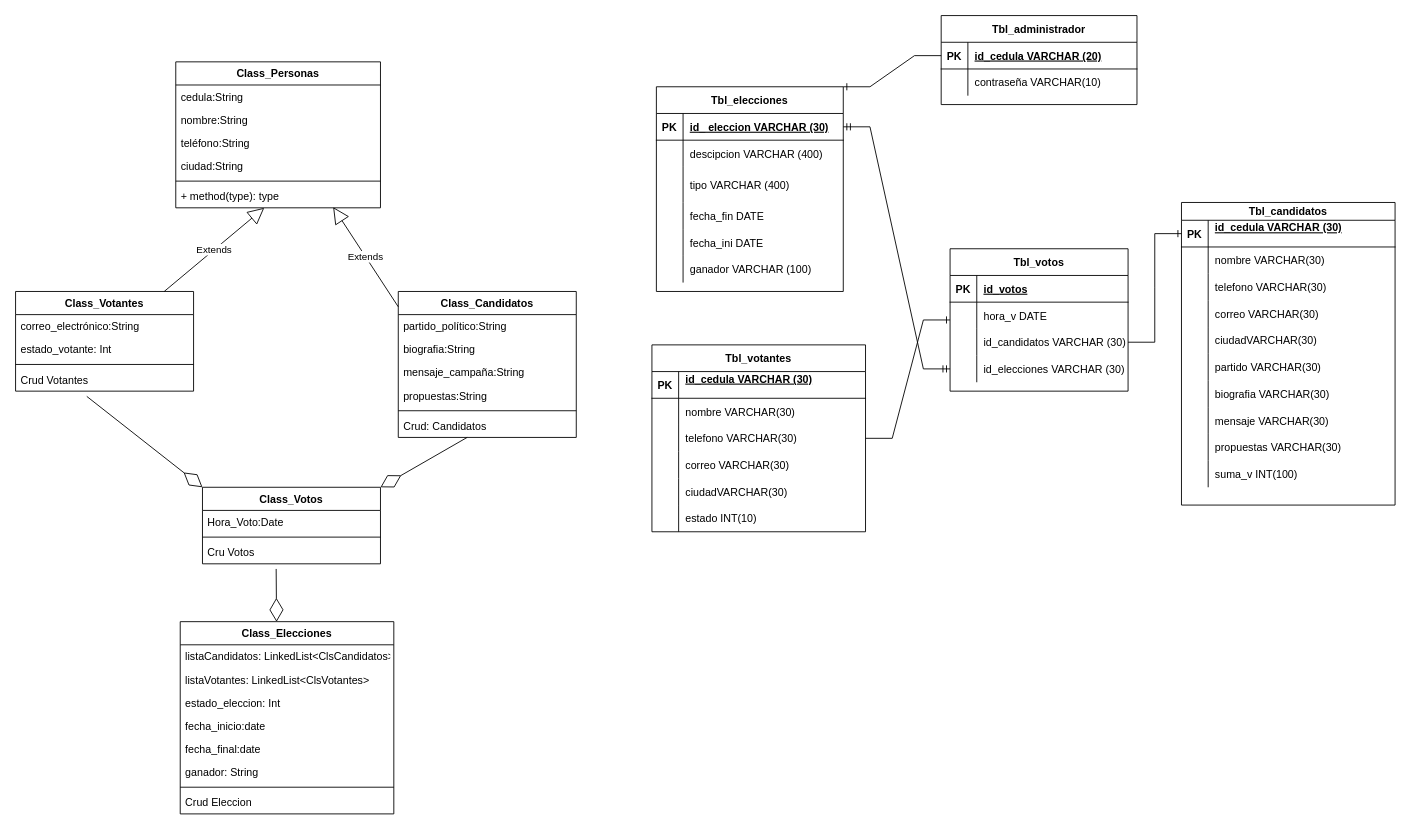
Earlier version of the draw.io diagram elecciones.drawio (alvaroarquez/mintic). Source tidied: cells renumbered, new cells numbered last; positions are measured from the earlier drawing's top-left corner, leaving out a move shared by most shapes. Both pictures are drawn from the tidied source at 89%, with x=0, y=0 at pixel (15, 15).
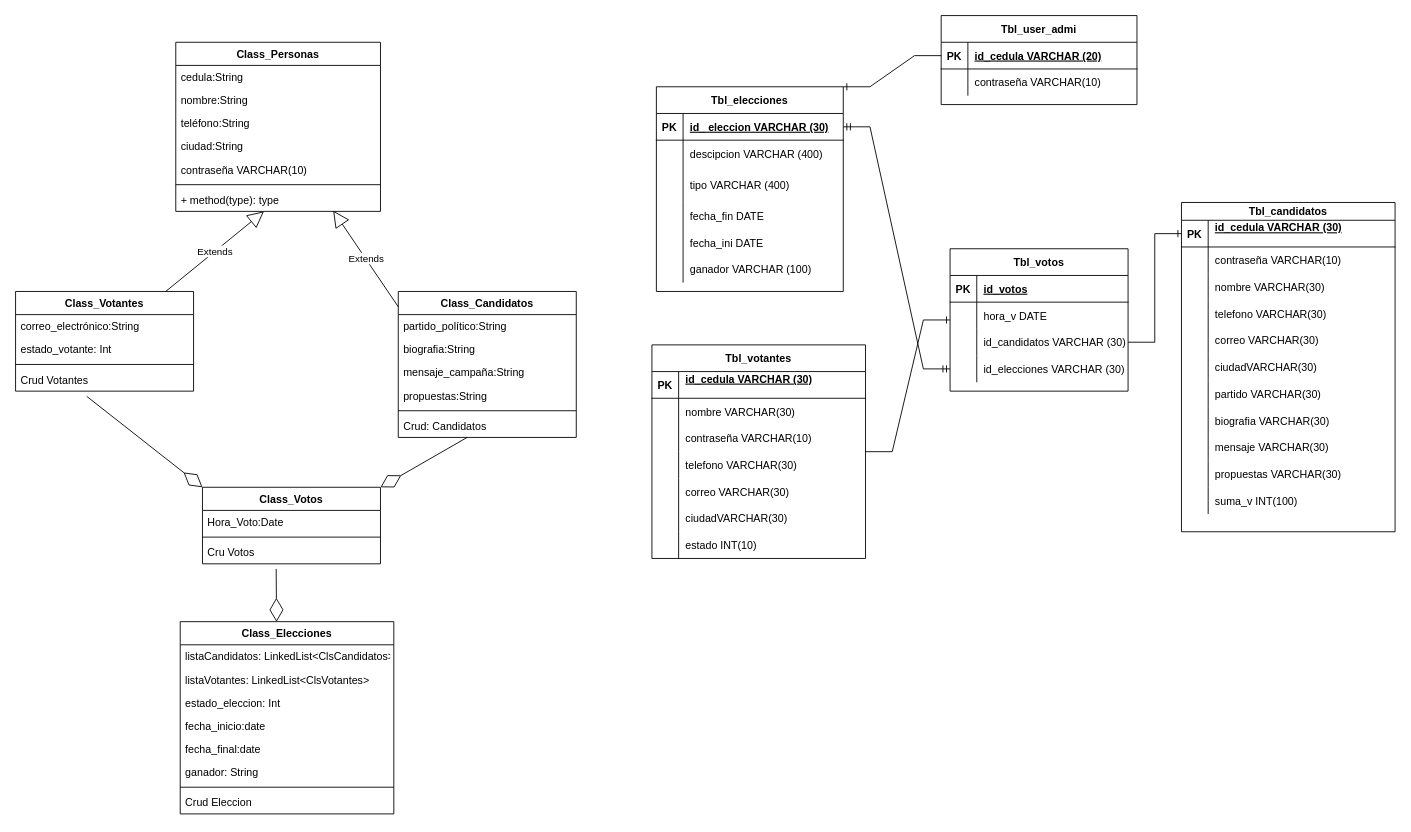
The same diagram, later.

Unchanged cells that the change refers to:
```xml
<mxCell id="62" style="shape=tableRow;horizontal=0;startSize=0;swimlaneHead=0;swimlaneBody=0;fillColor=none;top=0;left=0;right=0;bottom=0;" parent="58" vertex="1">
  <mxGeometry y="50" width="240" height="30" as="geometry" />
</mxCell>
<mxCell id="109" style="shape=tableRow;horizontal=0;startSize=0;swimlaneHead=0;swimlaneBody=0;fillColor=none;top=0;left=0;right=0;bottom=0;" parent="102" vertex="1">
  <mxGeometry y="90" width="240" height="30" as="geometry" />
</mxCell>
```

Change to the diagram source:
```diff
@@
     <mxCell id="2" value="Class_Personas" style="swimlane;fontStyle=1;align=center;verticalAlign=top;horizontal=1;startSize=26;" parent="1" vertex="1">
-      <mxGeometry x="180" y="52" width="230" height="164" as="geometry" />
+      <mxGeometry x="180" y="30" width="230" height="190" as="geometry" />
     </mxCell>
@@
+    <mxCell id="132" value="contraseña VARCHAR(10)" style="text;strokeColor=none;fillColor=none;align=left;verticalAlign=top;spacingLeft=4;spacingRight=4;overflow=hidden;" parent="2" vertex="1">
+      <mxGeometry y="130" width="230" height="26" as="geometry" />
+    </mxCell>
     <mxCell id="7" style="line;strokeWidth=1;fillColor=none;align=left;verticalAlign=middle;spacingTop=-1;spacingLeft=3;spacingRight=3;labelPosition=right;" parent="2" vertex="1">
-      <mxGeometry y="130" width="230" height="8" as="geometry" />
+      <mxGeometry y="156" width="230" height="8" as="geometry" />
     </mxCell>
     <mxCell id="8" value="+ method(type): type" style="text;strokeColor=none;fillColor=none;align=left;verticalAlign=top;spacingLeft=4;spacingRight=4;overflow=hidden;points=[[0,0.5],[1,0.5]];portConstraint=eastwest;" parent="2" vertex="1">
-      <mxGeometry y="138" width="230" height="26" as="geometry" />
+      <mxGeometry y="164" width="230" height="26" as="geometry" />
     </mxCell>
@@
     <mxCell id="58" value="Tbl_candidatos" style="shape=table;startSize=20;childLayout=tableLayout;rowLines=0;fontStyle=1;align=center;" parent="1" vertex="1">
-      <mxGeometry x="1310" y="210" width="240" height="340" as="geometry" />
+      <mxGeometry x="1310" y="210" width="240" height="370" as="geometry" />
     </mxCell>
@@
-    <mxCell id="64" value="nombre VARCHAR(30)" style="shape=partialRectangle;fillColor=none;top=0;left=0;bottom=0;right=0;align=left;spacingLeft=6;overflow=hidden;" parent="62" vertex="1">
+    <mxCell id="64" value="contraseña VARCHAR(10)" style="shape=partialRectangle;fillColor=none;top=0;left=0;bottom=0;right=0;align=left;spacingLeft=6;overflow=hidden;" parent="62" vertex="1">
       <mxGeometry x="30" width="210" height="30" as="geometry" />
     </mxCell>
+    <mxCell id="133" style="shape=tableRow;horizontal=0;startSize=0;swimlaneHead=0;swimlaneBody=0;fillColor=none;top=0;left=0;right=0;bottom=0;" parent="58" vertex="1">
+      <mxGeometry y="80" width="240" height="30" as="geometry" />
+    </mxCell>
+    <mxCell id="134" style="shape=partialRectangle;fillColor=none;top=0;left=0;bottom=0;right=0;overflow=hidden;" parent="133" vertex="1">
+      <mxGeometry width="30" height="30" as="geometry" />
+    </mxCell>
+    <mxCell id="135" value="nombre VARCHAR(30)" style="shape=partialRectangle;fillColor=none;top=0;left=0;bottom=0;right=0;align=left;spacingLeft=6;overflow=hidden;" parent="133" vertex="1">
+      <mxGeometry x="30" width="210" height="30" as="geometry" />
+    </mxCell>
     <mxCell id="65" style="shape=tableRow;horizontal=0;startSize=0;swimlaneHead=0;swimlaneBody=0;fillColor=none;top=0;left=0;right=0;bottom=0;" parent="58" vertex="1">
-      <mxGeometry y="80" width="240" height="30" as="geometry" />
+      <mxGeometry y="110" width="240" height="30" as="geometry" />
     </mxCell>
@@
     <mxCell id="68" style="shape=tableRow;horizontal=0;startSize=0;swimlaneHead=0;swimlaneBody=0;fillColor=none;top=0;left=0;right=0;bottom=0;" parent="58" vertex="1">
-      <mxGeometry y="110" width="240" height="30" as="geometry" />
+      <mxGeometry y="140" width="240" height="30" as="geometry" />
     </mxCell>
@@
     <mxCell id="71" style="shape=tableRow;horizontal=0;startSize=0;swimlaneHead=0;swimlaneBody=0;fillColor=none;top=0;left=0;right=0;bottom=0;" parent="58" vertex="1">
-      <mxGeometry y="140" width="240" height="30" as="geometry" />
+      <mxGeometry y="170" width="240" height="30" as="geometry" />
     </mxCell>
@@
     <mxCell id="74" style="shape=tableRow;horizontal=0;startSize=0;swimlaneHead=0;swimlaneBody=0;fillColor=none;top=0;left=0;right=0;bottom=0;" parent="58" vertex="1">
-      <mxGeometry y="170" width="240" height="30" as="geometry" />
+      <mxGeometry y="200" width="240" height="30" as="geometry" />
     </mxCell>
@@
     <mxCell id="77" style="shape=tableRow;horizontal=0;startSize=0;swimlaneHead=0;swimlaneBody=0;fillColor=none;top=0;left=0;right=0;bottom=0;" parent="58" vertex="1">
-      <mxGeometry y="200" width="240" height="30" as="geometry" />
+      <mxGeometry y="230" width="240" height="30" as="geometry" />
     </mxCell>
@@
     <mxCell id="80" style="shape=tableRow;horizontal=0;startSize=0;swimlaneHead=0;swimlaneBody=0;fillColor=none;top=0;left=0;right=0;bottom=0;" parent="58" vertex="1">
-      <mxGeometry y="230" width="240" height="30" as="geometry" />
+      <mxGeometry y="260" width="240" height="30" as="geometry" />
     </mxCell>
@@
     <mxCell id="83" style="shape=tableRow;horizontal=0;startSize=0;swimlaneHead=0;swimlaneBody=0;fillColor=none;top=0;left=0;right=0;bottom=0;" parent="58" vertex="1">
-      <mxGeometry y="260" width="240" height="30" as="geometry" />
+      <mxGeometry y="290" width="240" height="30" as="geometry" />
     </mxCell>
@@
     <mxCell id="86" style="shape=tableRow;horizontal=0;startSize=0;swimlaneHead=0;swimlaneBody=0;fillColor=none;top=0;left=0;right=0;bottom=0;" parent="58" vertex="1">
-      <mxGeometry y="290" width="240" height="30" as="geometry" />
+      <mxGeometry y="320" width="240" height="30" as="geometry" />
     </mxCell>
@@
     <mxCell id="102" value="Tbl_votantes" style="shape=table;startSize=30;childLayout=tableLayout;rowLines=0;fontStyle=1;align=center;" parent="1" vertex="1">
-      <mxGeometry x="715" y="370" width="240" height="210" as="geometry" />
+      <mxGeometry x="715" y="370" width="240" height="240" as="geometry" />
     </mxCell>
@@
-    <mxCell id="111" value="telefono VARCHAR(30)" style="shape=partialRectangle;fillColor=none;top=0;left=0;bottom=0;right=0;align=left;spacingLeft=6;overflow=hidden;" parent="109" vertex="1">
+    <mxCell id="111" value="contraseña VARCHAR(10)" style="shape=partialRectangle;fillColor=none;top=0;left=0;bottom=0;right=0;align=left;spacingLeft=6;overflow=hidden;" parent="109" vertex="1">
       <mxGeometry x="30" width="210" height="30" as="geometry" />
     </mxCell>
+    <mxCell id="136" style="shape=tableRow;horizontal=0;startSize=0;swimlaneHead=0;swimlaneBody=0;fillColor=none;top=0;left=0;right=0;bottom=0;" parent="102" vertex="1">
+      <mxGeometry y="120" width="240" height="30" as="geometry" />
+    </mxCell>
+    <mxCell id="137" style="shape=partialRectangle;fillColor=none;top=0;left=0;bottom=0;right=0;overflow=hidden;" parent="136" vertex="1">
+      <mxGeometry width="30" height="30" as="geometry" />
+    </mxCell>
+    <mxCell id="138" value="telefono VARCHAR(30)" style="shape=partialRectangle;fillColor=none;top=0;left=0;bottom=0;right=0;align=left;spacingLeft=6;overflow=hidden;" parent="136" vertex="1">
+      <mxGeometry x="30" width="210" height="30" as="geometry" />
+    </mxCell>
     <mxCell id="112" style="shape=tableRow;horizontal=0;startSize=0;swimlaneHead=0;swimlaneBody=0;fillColor=none;top=0;left=0;right=0;bottom=0;" parent="102" vertex="1">
-      <mxGeometry y="120" width="240" height="30" as="geometry" />
+      <mxGeometry y="150" width="240" height="30" as="geometry" />
     </mxCell>
@@
     <mxCell id="115" style="shape=tableRow;horizontal=0;startSize=0;swimlaneHead=0;swimlaneBody=0;fillColor=none;top=0;left=0;right=0;bottom=0;" parent="102" vertex="1">
-      <mxGeometry y="150" width="240" height="30" as="geometry" />
+      <mxGeometry y="180" width="240" height="30" as="geometry" />
     </mxCell>
@@
     <mxCell id="118" style="shape=tableRow;horizontal=0;startSize=0;swimlaneHead=0;swimlaneBody=0;fillColor=none;top=0;left=0;right=0;bottom=0;" parent="102" vertex="1">
-      <mxGeometry y="180" width="240" height="30" as="geometry" />
+      <mxGeometry y="210" width="240" height="30" as="geometry" />
     </mxCell>
@@
-    <mxCell id="124" value="Tbl_administrador" style="shape=table;startSize=30;childLayout=tableLayout;rowLines=0;fontStyle=1;align=center;" parent="1" vertex="1">
+    <mxCell id="124" value="Tbl_user_admi" style="shape=table;startSize=30;childLayout=tableLayout;rowLines=0;fontStyle=1;align=center;" parent="1" vertex="1">
       <mxGeometry x="1040" width="220" height="100" as="geometry" />
     </mxCell>
```
